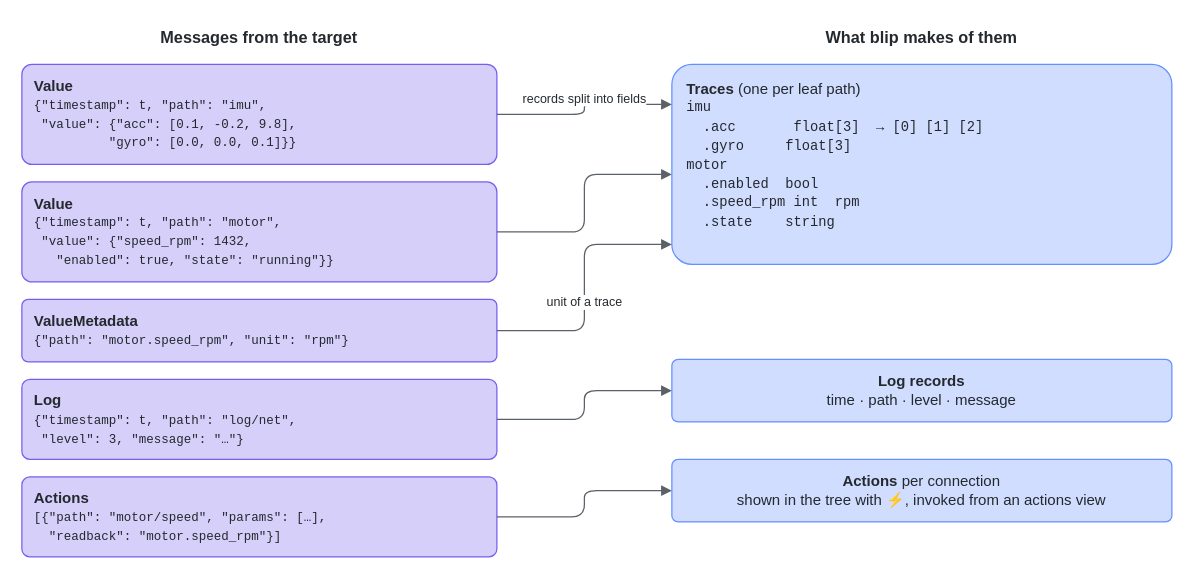
The draw.io diagram doc/source/diagrams/data-model.drawio in stefanluethi/blip, before the edit. Source tidied: cells renumbered, new cells numbered last; positions are measured from the earlier drawing's top-left corner, leaving out a move shared by most shapes. Both pictures are drawn from the tidied source at 125%, with x=0, y=0 at pixel (21, 21).
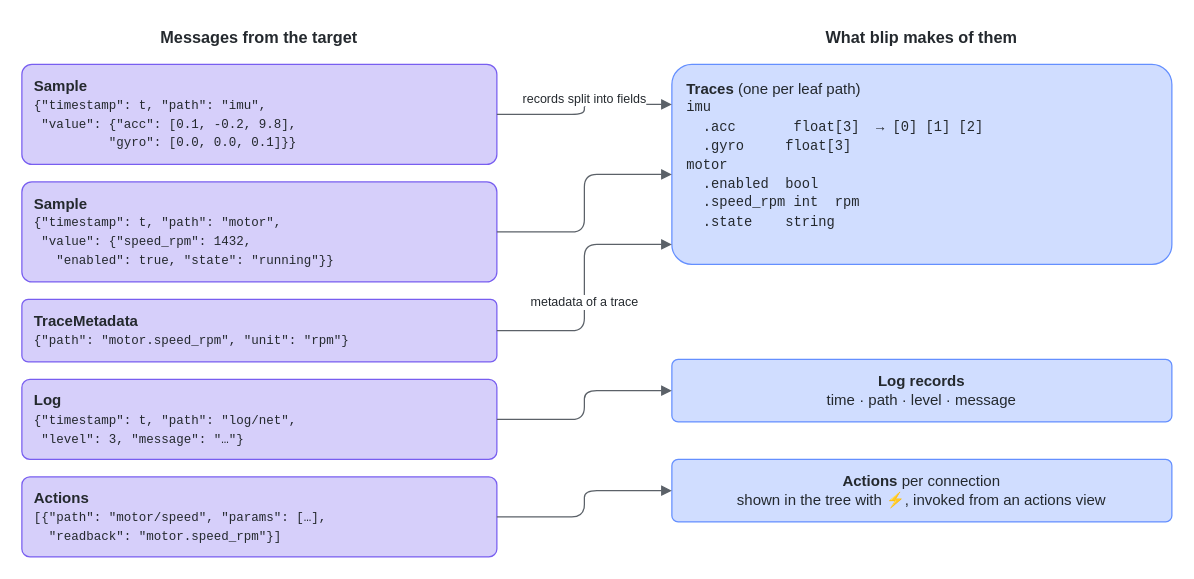
After the change.

What changed in the source:
```diff
@@
 <mxGraphModel background="#ffffff">
   <root>
     <mxCell id="0" />
     <mxCell id="1" parent="0" />
     <mxCell id="2" value="&lt;b&gt;Messages from the target&lt;/b&gt;" style="fontColor=#24292e;fontFamily=Fira Sans,Helvetica,Arial,sans-serif;text;html=1;whiteSpace=wrap;align=center;verticalAlign=middle;fontSize=13;" parent="1" vertex="1">
       <mxGeometry width="380" height="24" as="geometry" />
     </mxCell>
-    <mxCell id="3" value="&lt;b&gt;Value&lt;/b&gt;&lt;br&gt;&lt;font face='Fira Code, Courier New, monospace' style='font-size:10px'&gt;{&quot;timestamp&quot;: t, &quot;path&quot;: &quot;imu&quot;,&lt;br&gt;&amp;nbsp;&quot;value&quot;: {&quot;acc&quot;: [0.1, -0.2, 9.8],&lt;br&gt;&amp;nbsp;&amp;nbsp;&amp;nbsp;&amp;nbsp;&amp;nbsp;&amp;nbsp;&amp;nbsp;&amp;nbsp;&amp;nbsp;&amp;nbsp;&quot;gyro&quot;: [0.0, 0.0, 0.1]}}&lt;/font&gt;" style="fontColor=#24292e;fontFamily=Fira Sans,Helvetica,Arial,sans-serif;rounded=1;whiteSpace=wrap;html=1;arcSize=10;fillColor=#d6cffa;strokeColor=#785ef0;fontSize=12;align=left;spacingLeft=8;" parent="1" vertex="1">
+    <mxCell id="3" value="&lt;b&gt;Sample&lt;/b&gt;&lt;br&gt;&lt;font face='Fira Code, Courier New, monospace' style='font-size:10px'&gt;{&quot;timestamp&quot;: t, &quot;path&quot;: &quot;imu&quot;,&lt;br&gt;&amp;nbsp;&quot;value&quot;: {&quot;acc&quot;: [0.1, -0.2, 9.8],&lt;br&gt;&amp;nbsp;&amp;nbsp;&amp;nbsp;&amp;nbsp;&amp;nbsp;&amp;nbsp;&amp;nbsp;&amp;nbsp;&amp;nbsp;&amp;nbsp;&quot;gyro&quot;: [0.0, 0.0, 0.1]}}&lt;/font&gt;" style="fontColor=#24292e;fontFamily=Fira Sans,Helvetica,Arial,sans-serif;rounded=1;whiteSpace=wrap;html=1;arcSize=10;fillColor=#d6cffa;strokeColor=#785ef0;fontSize=12;align=left;spacingLeft=8;" parent="1" vertex="1">
       <mxGeometry y="34" width="380" height="80" as="geometry" />
     </mxCell>
-    <mxCell id="4" value="&lt;b&gt;Value&lt;/b&gt;&lt;br&gt;&lt;font face='Fira Code, Courier New, monospace' style='font-size:10px'&gt;{&quot;timestamp&quot;: t, &quot;path&quot;: &quot;motor&quot;,&lt;br&gt;&amp;nbsp;&quot;value&quot;: {&quot;speed_rpm&quot;: 1432,&lt;br&gt;&amp;nbsp;&amp;nbsp;&amp;nbsp;&quot;enabled&quot;: true, &quot;state&quot;: &quot;running&quot;}}&lt;/font&gt;" style="fontColor=#24292e;fontFamily=Fira Sans,Helvetica,Arial,sans-serif;rounded=1;whiteSpace=wrap;html=1;arcSize=10;fillColor=#d6cffa;strokeColor=#785ef0;fontSize=12;align=left;spacingLeft=8;" parent="1" vertex="1">
+    <mxCell id="4" value="&lt;b&gt;Sample&lt;/b&gt;&lt;br&gt;&lt;font face='Fira Code, Courier New, monospace' style='font-size:10px'&gt;{&quot;timestamp&quot;: t, &quot;path&quot;: &quot;motor&quot;,&lt;br&gt;&amp;nbsp;&quot;value&quot;: {&quot;speed_rpm&quot;: 1432,&lt;br&gt;&amp;nbsp;&amp;nbsp;&amp;nbsp;&quot;enabled&quot;: true, &quot;state&quot;: &quot;running&quot;}}&lt;/font&gt;" style="fontColor=#24292e;fontFamily=Fira Sans,Helvetica,Arial,sans-serif;rounded=1;whiteSpace=wrap;html=1;arcSize=10;fillColor=#d6cffa;strokeColor=#785ef0;fontSize=12;align=left;spacingLeft=8;" parent="1" vertex="1">
       <mxGeometry y="128" width="380" height="80" as="geometry" />
     </mxCell>
-    <mxCell id="5" value="&lt;b&gt;ValueMetadata&lt;/b&gt;&lt;br&gt;&lt;font face='Fira Code, Courier New, monospace' style='font-size:10px'&gt;{&quot;path&quot;: &quot;motor.speed_rpm&quot;, &quot;unit&quot;: &quot;rpm&quot;}&lt;/font&gt;" style="fontColor=#24292e;fontFamily=Fira Sans,Helvetica,Arial,sans-serif;rounded=1;whiteSpace=wrap;html=1;arcSize=10;fillColor=#d6cffa;strokeColor=#785ef0;fontSize=12;align=left;spacingLeft=8;" parent="1" vertex="1">
+    <mxCell id="5" value="&lt;b&gt;TraceMetadata&lt;/b&gt;&lt;br&gt;&lt;font face='Fira Code, Courier New, monospace' style='font-size:10px'&gt;{&quot;path&quot;: &quot;motor.speed_rpm&quot;, &quot;unit&quot;: &quot;rpm&quot;}&lt;/font&gt;" style="fontColor=#24292e;fontFamily=Fira Sans,Helvetica,Arial,sans-serif;rounded=1;whiteSpace=wrap;html=1;arcSize=10;fillColor=#d6cffa;strokeColor=#785ef0;fontSize=12;align=left;spacingLeft=8;" parent="1" vertex="1">
       <mxGeometry y="222" width="380" height="50" as="geometry" />
     </mxCell>
     <mxCell id="6" value="&lt;b&gt;Log&lt;/b&gt;&lt;br&gt;&lt;font face='Fira Code, Courier New, monospace' style='font-size:10px'&gt;{&quot;timestamp&quot;: t, &quot;path&quot;: &quot;log/net&quot;,&lt;br&gt;&amp;nbsp;&quot;level&quot;: 3, &quot;message&quot;: &quot;…&quot;}&lt;/font&gt;" style="fontColor=#24292e;fontFamily=Fira Sans,Helvetica,Arial,sans-serif;rounded=1;whiteSpace=wrap;html=1;arcSize=10;fillColor=#d6cffa;strokeColor=#785ef0;fontSize=12;align=left;spacingLeft=8;" parent="1" vertex="1">
       <mxGeometry y="286" width="380" height="64" as="geometry" />
     </mxCell>
     <mxCell id="7" value="&lt;b&gt;Actions&lt;/b&gt;&lt;br&gt;&lt;font face='Fira Code, Courier New, monospace' style='font-size:10px'&gt;[{&quot;path&quot;: &quot;motor/speed&quot;, &quot;params&quot;: […],&lt;br&gt;&amp;nbsp;&amp;nbsp;&quot;readback&quot;: &quot;motor.speed_rpm&quot;}]&lt;/font&gt;" style="fontColor=#24292e;fontFamily=Fira Sans,Helvetica,Arial,sans-serif;rounded=1;whiteSpace=wrap;html=1;arcSize=10;fillColor=#d6cffa;strokeColor=#785ef0;fontSize=12;align=left;spacingLeft=8;" parent="1" vertex="1">
       <mxGeometry y="364" width="380" height="64" as="geometry" />
     </mxCell>
     <mxCell id="8" value="&lt;b&gt;What blip makes of them&lt;/b&gt;" style="fontColor=#24292e;fontFamily=Fira Sans,Helvetica,Arial,sans-serif;text;html=1;whiteSpace=wrap;align=center;verticalAlign=middle;fontSize=13;" parent="1" vertex="1">
       <mxGeometry x="520" width="400" height="24" as="geometry" />
     </mxCell>
     <mxCell id="9" value="&lt;b&gt;Traces&lt;/b&gt; (one per leaf path)&lt;br&gt;&lt;font face='Fira Code, Courier New, monospace' style='font-size:11px'&gt;imu&lt;br&gt;&amp;nbsp;&amp;nbsp;.acc &amp;nbsp;&amp;nbsp;&amp;nbsp;&amp;nbsp;&amp;nbsp;&amp;nbsp;float[3] &amp;nbsp;→ [0] [1] [2]&lt;br&gt;&amp;nbsp;&amp;nbsp;.gyro &amp;nbsp;&amp;nbsp;&amp;nbsp;&amp;nbsp;float[3]&lt;br&gt;motor&lt;br&gt;&amp;nbsp;&amp;nbsp;.enabled &amp;nbsp;bool&lt;br&gt;&amp;nbsp;&amp;nbsp;.speed_rpm int &amp;nbsp;rpm&lt;br&gt;&amp;nbsp;&amp;nbsp;.state &amp;nbsp;&amp;nbsp;&amp;nbsp;string&lt;/font&gt;" style="fontColor=#24292e;fontFamily=Fira Sans,Helvetica,Arial,sans-serif;rounded=1;whiteSpace=wrap;html=1;arcSize=10;fillColor=#d0ddff;strokeColor=#648fff;fontSize=12;align=left;spacingLeft=10;verticalAlign=top;spacingTop=6;" parent="1" vertex="1">
       <mxGeometry x="520" y="34" width="400" height="160" as="geometry" />
     </mxCell>
     <mxCell id="10" value="&lt;b&gt;Log records&lt;/b&gt;&lt;br&gt;time · path · level · message" style="fontColor=#24292e;fontFamily=Fira Sans,Helvetica,Arial,sans-serif;rounded=1;whiteSpace=wrap;html=1;arcSize=10;fillColor=#d0ddff;strokeColor=#648fff;fontSize=12;" parent="1" vertex="1">
       <mxGeometry x="520" y="270" width="400" height="50" as="geometry" />
     </mxCell>
     <mxCell id="11" value="&lt;b&gt;Actions&lt;/b&gt; per connection&lt;br&gt;shown in the tree with ⚡, invoked from an actions view" style="fontColor=#24292e;fontFamily=Fira Sans,Helvetica,Arial,sans-serif;rounded=1;whiteSpace=wrap;html=1;arcSize=10;fillColor=#d0ddff;strokeColor=#648fff;fontSize=12;" parent="1" vertex="1">
       <mxGeometry x="520" y="350" width="400" height="50" as="geometry" />
     </mxCell>
     <mxCell id="12" value="records split into fields" style="strokeColor=#5b6168;fontColor=#24292e;labelBackgroundColor=#ffffff;fontFamily=Fira Sans,Helvetica,Arial,sans-serif;edgeStyle=orthogonalEdgeStyle;rounded=1;html=1;endArrow=block;endFill=1;fontSize=10;verticalAlign=bottom;exitX=1;exitY=0.5;entryX=0;entryY=0.2;" parent="1" edge="1" source="3" target="9">
       <mxGeometry relative="1" as="geometry" />
     </mxCell>
     <mxCell id="13" style="strokeColor=#5b6168;fontColor=#24292e;labelBackgroundColor=#ffffff;fontFamily=Fira Sans,Helvetica,Arial,sans-serif;edgeStyle=orthogonalEdgeStyle;rounded=1;html=1;endArrow=block;endFill=1;fontSize=10;exitX=1;exitY=0.5;entryX=0;entryY=0.55;" parent="1" edge="1" source="4" target="9">
       <mxGeometry relative="1" as="geometry" />
     </mxCell>
-    <mxCell id="14" value="unit of a trace" style="strokeColor=#5b6168;fontColor=#24292e;labelBackgroundColor=#ffffff;fontFamily=Fira Sans,Helvetica,Arial,sans-serif;edgeStyle=orthogonalEdgeStyle;rounded=1;html=1;endArrow=block;endFill=1;fontSize=10;verticalAlign=top;exitX=1;exitY=0.5;entryX=0;entryY=0.9;" parent="1" edge="1" source="5" target="9">
+    <mxCell id="14" value="metadata of a trace" style="strokeColor=#5b6168;fontColor=#24292e;labelBackgroundColor=#ffffff;fontFamily=Fira Sans,Helvetica,Arial,sans-serif;edgeStyle=orthogonalEdgeStyle;rounded=1;html=1;endArrow=block;endFill=1;fontSize=10;verticalAlign=top;exitX=1;exitY=0.5;entryX=0;entryY=0.9;" parent="1" edge="1" source="5" target="9">
       <mxGeometry relative="1" as="geometry" />
     </mxCell>
     <mxCell id="15" style="strokeColor=#5b6168;fontColor=#24292e;labelBackgroundColor=#ffffff;fontFamily=Fira Sans,Helvetica,Arial,sans-serif;edgeStyle=orthogonalEdgeStyle;rounded=1;html=1;endArrow=block;endFill=1;fontSize=10;exitX=1;exitY=0.5;entryX=0;entryY=0.5;" parent="1" edge="1" source="6" target="10">
       <mxGeometry relative="1" as="geometry" />
     </mxCell>
     <mxCell id="16" style="strokeColor=#5b6168;fontColor=#24292e;labelBackgroundColor=#ffffff;fontFamily=Fira Sans,Helvetica,Arial,sans-serif;edgeStyle=orthogonalEdgeStyle;rounded=1;html=1;endArrow=block;endFill=1;fontSize=10;exitX=1;exitY=0.5;entryX=0;entryY=0.5;" parent="1" edge="1" source="7" target="11">
       <mxGeometry relative="1" as="geometry" />
     </mxCell>
   </root>
 </mxGraphModel>
```
